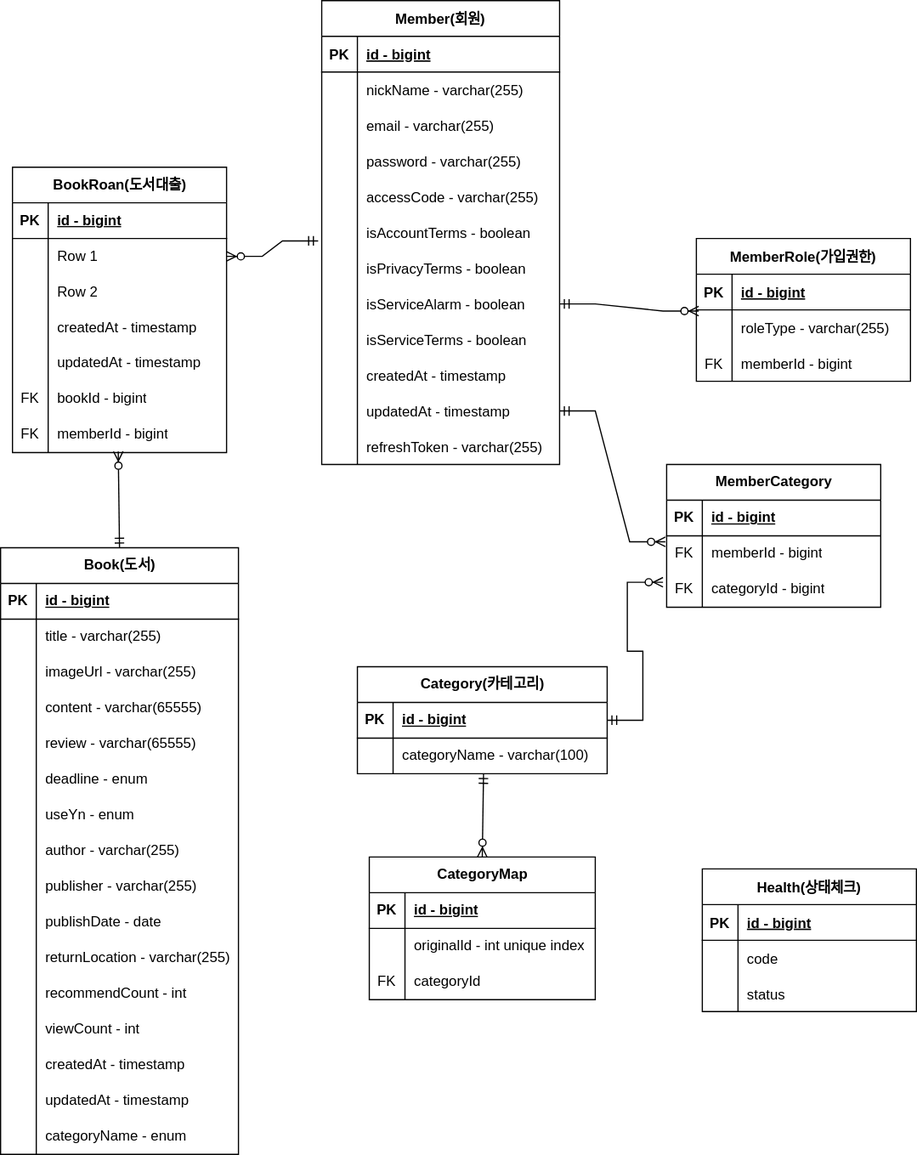
This is document/litarary.drawio.svg from dukki-labs/litarary, a draw.io export, as it was before one commit. Source tidied: cells renumbered, new cells last; positions are measured from the earlier drawing's top-left corner, leaving out a move shared by most shapes.
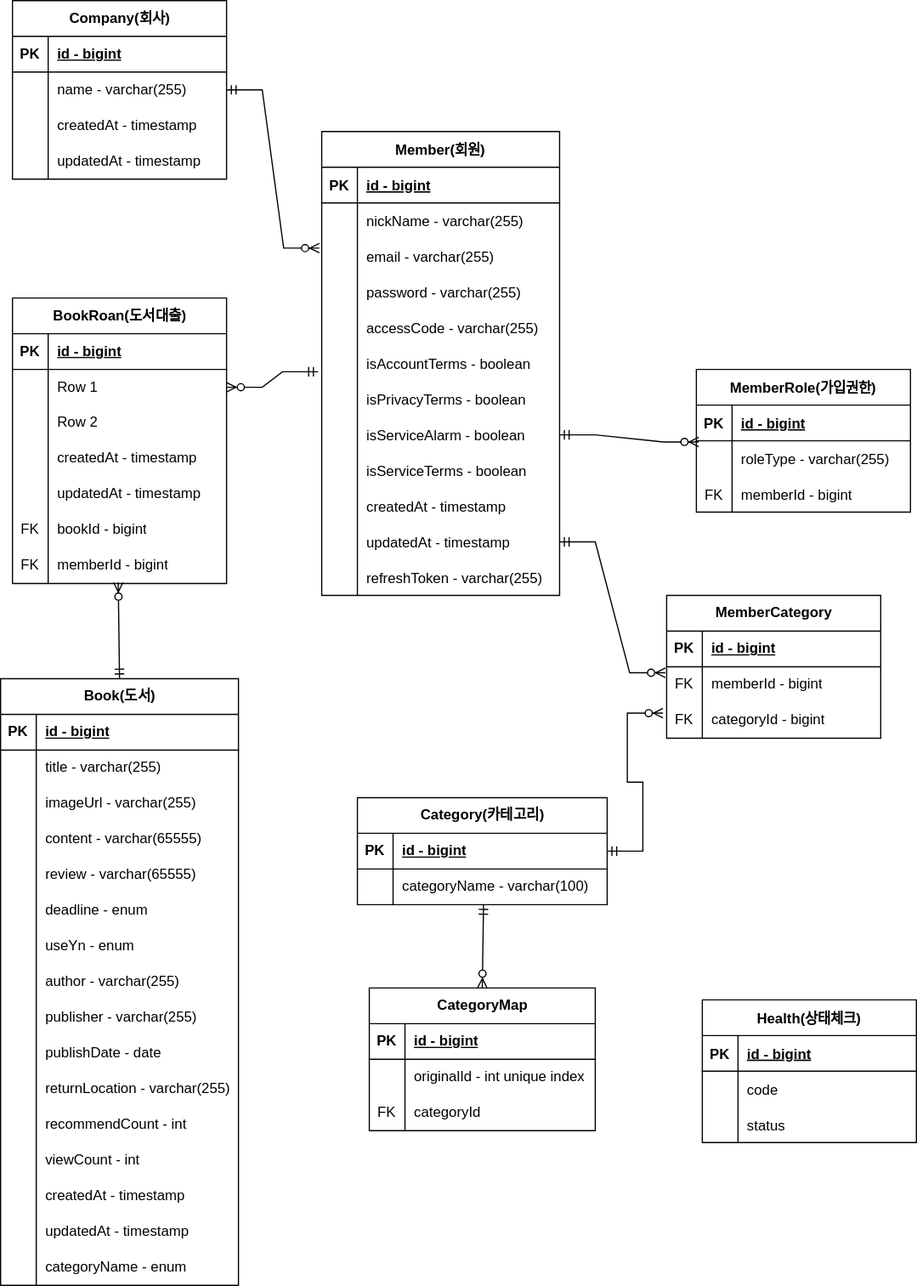
After the commit.

Commit message:
Feat: [#70]  ERD 회사 테이블 추가 및 연관관계 수정

The edit, as a diff of the source:
```diff
@@ -485,5 +485,47 @@
     <mxCell id="162" style="edgeStyle=entityRelationEdgeStyle;fontSize=12;html=1;endArrow=ERzeroToMany;startArrow=ERmandOne;rounded=0;exitX=1;exitY=0.5;exitDx=0;exitDy=0;entryX=-0.017;entryY=0.3;entryDx=0;entryDy=0;entryPerimeter=0;" parent="1" edge="1" source="61" target="158">
       <mxGeometry relative="1" as="geometry" />
     </mxCell>
+    <mxCell id="163" value="Company(회사)" style="shape=table;startSize=30;rowLines=0;fontStyle=1;align=center;html=1;" parent="1" vertex="1">
+      <mxGeometry x="10" y="-110" width="180" height="150" as="geometry" />
+    </mxCell>
+    <mxCell id="164" style="shape=tableRow;horizontal=0;startSize=0;swimlaneHead=0;swimlaneBody=0;fillColor=none;top=0;left=0;right=0;bottom=1;" parent="163" vertex="1">
+      <mxGeometry y="30" width="180" height="30" as="geometry" />
+    </mxCell>
+    <mxCell id="165" value="PK" style="shape=partialRectangle;fillColor=none;top=0;left=0;bottom=0;right=0;fontStyle=1;overflow=hidden;whiteSpace=wrap;html=1;" parent="164" vertex="1">
+      <mxGeometry width="30" height="30" as="geometry" />
+    </mxCell>
+    <mxCell id="166" value="id - bigint" style="shape=partialRectangle;fillColor=none;top=0;left=0;bottom=0;right=0;align=left;spacingLeft=6;fontStyle=5;overflow=hidden;whiteSpace=wrap;html=1;" parent="164" vertex="1">
+      <mxGeometry x="30" width="150" height="30" as="geometry" />
+    </mxCell>
+    <mxCell id="167" style="shape=tableRow;horizontal=0;startSize=0;swimlaneHead=0;swimlaneBody=0;fillColor=none;points=[[0,0.5],[1,0.5]];portConstraint=eastwest;top=0;left=0;right=0;bottom=0;" parent="163" vertex="1">
+      <mxGeometry y="60" width="180" height="30" as="geometry" />
+    </mxCell>
+    <mxCell id="168" style="shape=partialRectangle;fillColor=none;top=0;left=0;bottom=0;right=0;overflow=hidden;whiteSpace=wrap;html=1;" parent="167" vertex="1">
+      <mxGeometry width="30" height="30" as="geometry" />
+    </mxCell>
+    <mxCell id="169" value="name - varchar(255)" style="shape=partialRectangle;fillColor=none;top=0;left=0;bottom=0;right=0;align=left;spacingLeft=6;overflow=hidden;whiteSpace=wrap;html=1;" parent="167" vertex="1">
+      <mxGeometry x="30" width="150" height="30" as="geometry" />
+    </mxCell>
+    <mxCell id="170" style="shape=tableRow;horizontal=0;startSize=0;swimlaneHead=0;swimlaneBody=0;fillColor=none;top=0;left=0;right=0;bottom=0;" parent="163" vertex="1">
+      <mxGeometry y="90" width="180" height="30" as="geometry" />
+    </mxCell>
+    <mxCell id="171" style="shape=partialRectangle;fillColor=none;top=0;left=0;bottom=0;right=0;overflow=hidden;whiteSpace=wrap;html=1;" parent="170" vertex="1">
+      <mxGeometry width="30" height="30" as="geometry" />
+    </mxCell>
+    <mxCell id="172" value="createdAt - timestamp" style="shape=partialRectangle;fillColor=none;top=0;left=0;bottom=0;right=0;align=left;spacingLeft=6;overflow=hidden;whiteSpace=wrap;html=1;" parent="170" vertex="1">
+      <mxGeometry x="30" width="150" height="30" as="geometry" />
+    </mxCell>
+    <mxCell id="173" style="shape=tableRow;horizontal=0;startSize=0;swimlaneHead=0;swimlaneBody=0;fillColor=none;top=0;left=0;right=0;bottom=0;" parent="163" vertex="1">
+      <mxGeometry y="120" width="180" height="30" as="geometry" />
+    </mxCell>
+    <mxCell id="174" style="shape=partialRectangle;fillColor=none;top=0;left=0;bottom=0;right=0;overflow=hidden;whiteSpace=wrap;html=1;" parent="173" vertex="1">
+      <mxGeometry width="30" height="30" as="geometry" />
+    </mxCell>
+    <mxCell id="175" value="updatedAt - timestamp" style="shape=partialRectangle;fillColor=none;top=0;left=0;bottom=0;right=0;align=left;spacingLeft=6;overflow=hidden;whiteSpace=wrap;html=1;" parent="173" vertex="1">
+      <mxGeometry x="30" width="150" height="30" as="geometry" />
+    </mxCell>
+    <mxCell id="176" style="edgeStyle=entityRelationEdgeStyle;fontSize=12;html=1;endArrow=ERzeroToMany;startArrow=ERmandOne;rounded=0;exitX=1;exitY=0.5;exitDx=0;exitDy=0;entryX=-0.01;entryY=0.267;entryDx=0;entryDy=0;entryPerimeter=0;" parent="1" edge="1" source="167" target="19">
+      <mxGeometry relative="1" as="geometry" />
+    </mxCell>
   </root>
 </mxGraphModel>
```
